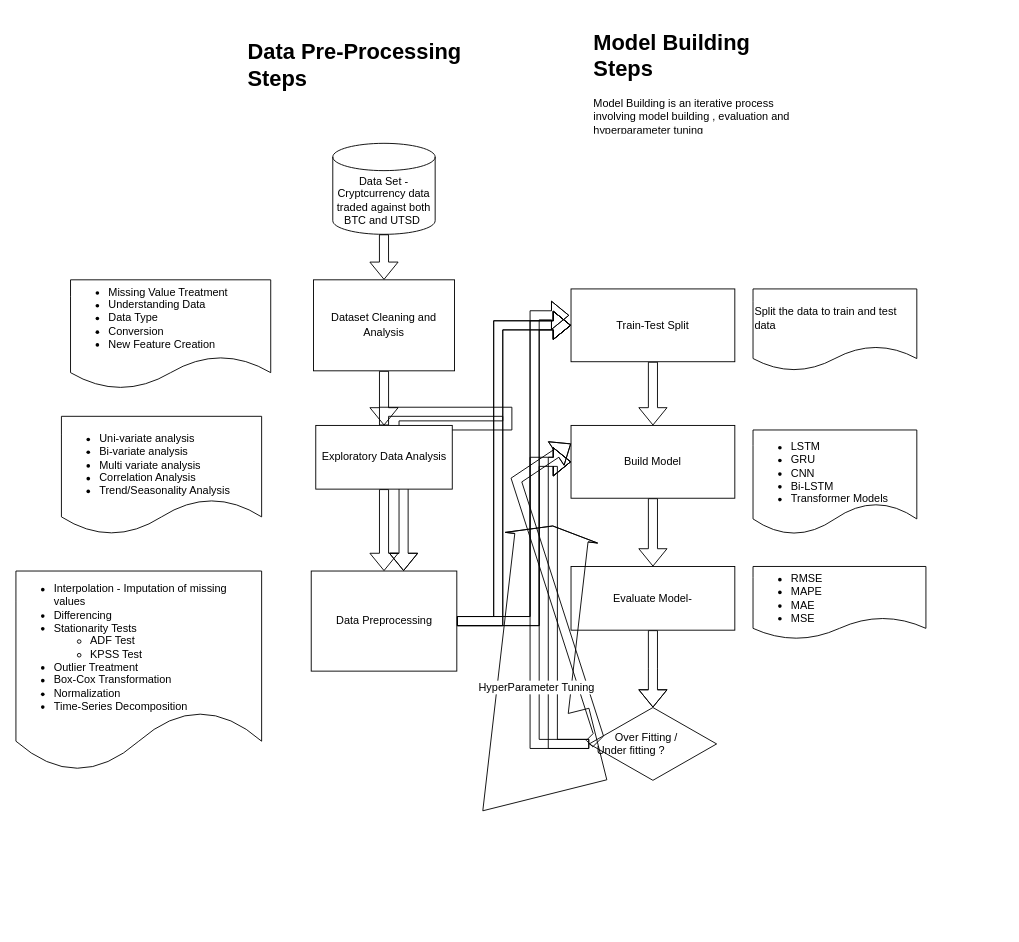
Above: Untitled Diagram.drawio in ranitha84/ranitha84 (draw.io), before the change. Source tidied: cells renumbered, new cells numbered last; positions are measured from the earlier drawing's top-left corner, leaving out a move shared by most shapes. Both pictures are drawn from the tidied source at 91%, with x=0, y=0 at pixel (15, 25).
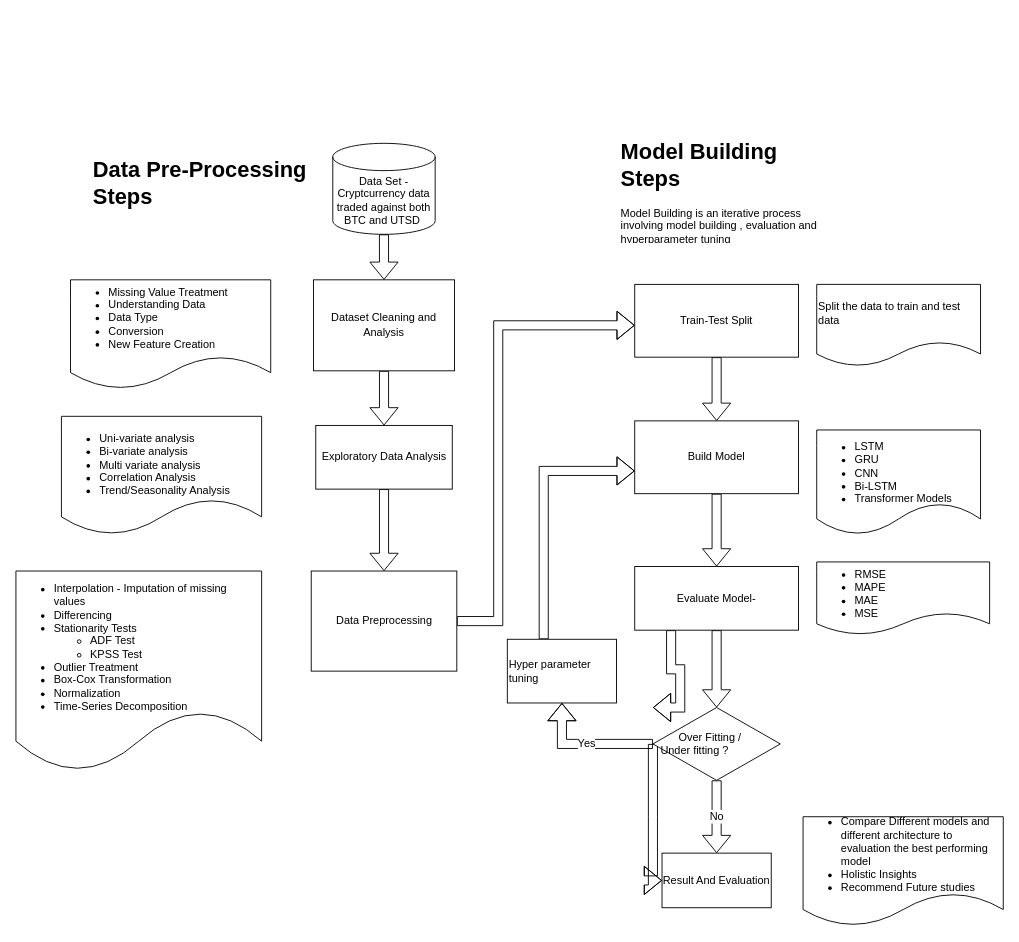
After the change.

The change refers to these unchanged cells:
```xml
<mxCell id="9" value="Exploratory Data Analysis" style="whiteSpace=wrap;html=1;rounded=0;" parent="1" vertex="1">
  <mxGeometry x="329.5" y="440" width="150" height="70" as="geometry" />
</mxCell>
<mxCell id="14" value="Data Preprocessing" style="whiteSpace=wrap;html=1;rounded=0;" parent="1" vertex="1">
  <mxGeometry x="324.5" y="600" width="160" height="110" as="geometry" />
</mxCell>
```

Change to the diagram source:
```diff
@@
-    <mxCell id="7" style="edgeStyle=orthogonalEdgeStyle;shape=flexArrow;rounded=0;jettySize=auto;html=1;fontSize=12;" parent="1" edge="1" source="9" target="14">
-      <mxGeometry relative="1" as="geometry">
-        <Array as="points">
-          <mxPoint x="540" y="425" />
-          <mxPoint x="540" y="440" />
-          <mxPoint x="426" y="440" />
-        </Array>
-      </mxGeometry>
-    </mxCell>
@@
-    <mxCell id="11" style="edgeStyle=orthogonalEdgeStyle;shape=flexArrow;rounded=0;jettySize=auto;html=1;fontSize=12;" parent="1" edge="1" source="14" target="17">
-      <mxGeometry relative="1" as="geometry">
-        <Array as="points">
-          <mxPoint x="570" y="655" />
-          <mxPoint x="570" y="330" />
-        </Array>
-      </mxGeometry>
-    </mxCell>
-    <mxCell id="12" style="edgeStyle=orthogonalEdgeStyle;shape=flexArrow;rounded=0;jettySize=auto;html=1;fontSize=12;entryX=-0.011;entryY=0.363;entryDx=0;entryDy=0;entryPerimeter=0;" parent="1" edge="1" source="14" target="17">
-      <mxGeometry relative="1" as="geometry">
-        <Array as="points">
-          <mxPoint x="570" y="655" />
-          <mxPoint x="570" y="319" />
-        </Array>
-      </mxGeometry>
-    </mxCell>
@@
     <mxCell id="17" value="Train-Test Split" style="whiteSpace=wrap;html=1;rounded=0;" parent="1" vertex="1">
-      <mxGeometry x="610" y="290" width="180" height="80" as="geometry" />
+      <mxGeometry x="680" y="285" width="180" height="80" as="geometry" />
     </mxCell>
@@
     <mxCell id="19" value="Build Model" style="whiteSpace=wrap;html=1;rounded=0;" parent="1" vertex="1">
-      <mxGeometry x="610" y="440" width="180" height="80" as="geometry" />
+      <mxGeometry x="680" y="435" width="180" height="80" as="geometry" />
     </mxCell>
     <mxCell id="20" value="&lt;div&gt;&lt;br&gt;&lt;/div&gt;&lt;ul&gt;&lt;li&gt;LSTM&lt;/li&gt;&lt;li&gt;GRU&lt;/li&gt;&lt;li&gt;CNN&lt;/li&gt;&lt;li&gt;Bi-LSTM&lt;/li&gt;&lt;li&gt;Transformer Models&lt;/li&gt;&lt;/ul&gt;&lt;blockquote style=&quot;margin: 0 0 0 40px ; border: none ; padding: 0px&quot;&gt;&lt;/blockquote&gt;" style="shape=document;whiteSpace=wrap;html=1;boundedLbl=1;fontSize=12;align=left;" parent="1" vertex="1">
-      <mxGeometry x="810" y="445" width="180" height="115" as="geometry" />
+      <mxGeometry x="880" y="445" width="180" height="115" as="geometry" />
     </mxCell>
     <mxCell id="21" style="edgeStyle=orthogonalEdgeStyle;shape=flexArrow;rounded=0;jettySize=auto;html=1;fontSize=12;" parent="1" edge="1" source="28">
       <mxGeometry relative="1" as="geometry">
         <mxPoint x="700" y="750" as="targetPoint" />
+        <Array as="points">
+          <mxPoint x="720" y="708" />
+          <mxPoint x="730" y="708" />
+          <mxPoint x="730" y="750" />
+        </Array>
       </mxGeometry>
     </mxCell>
     <mxCell id="22" value="Split the data to train and test data&amp;nbsp;" style="shape=document;whiteSpace=wrap;html=1;boundedLbl=1;fontSize=12;align=left;" parent="1" vertex="1">
-      <mxGeometry x="810" y="290" width="180" height="90" as="geometry" />
+      <mxGeometry x="880" y="285" width="180" height="90" as="geometry" />
     </mxCell>
     <mxCell id="23" value="&lt;h1&gt;Data Pre-Processing Steps&lt;/h1&gt;" style="text;html=1;strokeColor=none;fillColor=none;spacing=5;spacingTop=-20;whiteSpace=wrap;overflow=hidden;rounded=0;fontSize=12;align=left;" parent="1" vertex="1">
-      <mxGeometry x="250" y="10" width="250" height="100" as="geometry" />
+      <mxGeometry x="79.5" y="140" width="250" height="100" as="geometry" />
     </mxCell>
     <mxCell id="24" value="&lt;h1&gt;Model Building Steps&lt;/h1&gt;&lt;div&gt;Model Building is an iterative process involving model building , evaluation and hyperparameter tuning&lt;/div&gt;" style="text;html=1;strokeColor=none;fillColor=none;spacing=5;spacingTop=-20;whiteSpace=wrap;overflow=hidden;rounded=0;fontSize=12;align=left;" parent="1" vertex="1">
-      <mxGeometry x="630" width="240" height="120" as="geometry" />
+      <mxGeometry x="660" y="120" width="240" height="120" as="geometry" />
     </mxCell>
     <mxCell id="25" value="&lt;div&gt;&lt;br&gt;&lt;/div&gt;&lt;ul&gt;&lt;li&gt;RMSE&lt;/li&gt;&lt;li&gt;MAPE&lt;/li&gt;&lt;li&gt;MAE&lt;/li&gt;&lt;li&gt;MSE&lt;/li&gt;&lt;/ul&gt;" style="shape=document;whiteSpace=wrap;html=1;boundedLbl=1;fontSize=12;align=left;" parent="1" vertex="1">
-      <mxGeometry x="810" y="595" width="190" height="80" as="geometry" />
+      <mxGeometry x="880" y="590" width="190" height="80" as="geometry" />
     </mxCell>
-    <mxCell id="26" style="edgeStyle=orthogonalEdgeStyle;shape=flexArrow;rounded=0;jettySize=auto;html=1;entryX=0;entryY=0.5;entryDx=0;entryDy=0;fontSize=12;" parent="1" edge="1" source="27" target="19">
-      <mxGeometry relative="1" as="geometry">
-        <Array as="points">
-          <mxPoint x="590" y="790" />
-          <mxPoint x="590" y="480" />
-        </Array>
-      </mxGeometry>
-    </mxCell>
+    <mxCell id="34" style="edgeStyle=orthogonalEdgeStyle;shape=flexArrow;rounded=0;jettySize=auto;html=1;fontSize=12;" parent="1" edge="1" source="27" target="37">
+      <mxGeometry relative="1" as="geometry">
+        <Array as="points">
+          <mxPoint x="700" y="870" />
+          <mxPoint x="700" y="870" />
+        </Array>
+      </mxGeometry>
+    </mxCell>
+    <mxCell id="35" value="Yes" style="edgeStyle=orthogonalEdgeStyle;shape=flexArrow;rounded=0;jettySize=auto;html=1;fontSize=12;strokeColor=#000000;fillColor=none;entryX=0.5;entryY=1;entryDx=0;entryDy=0;" parent="1" edge="1" source="27" target="41">
+      <mxGeometry relative="1" as="geometry" />
+    </mxCell>
     <mxCell id="27" value="&amp;nbsp; &amp;nbsp; &amp;nbsp; &amp;nbsp; Over Fitting /&amp;nbsp; &amp;nbsp; &amp;nbsp; &amp;nbsp; &amp;nbsp; &amp;nbsp;&lt;span style=&quot;white-space: pre&quot;&gt; &lt;/span&gt;Under fitting ?" style="rhombus;whiteSpace=wrap;html=1;fontSize=12;align=left;" parent="1" vertex="1">
-      <mxGeometry x="630" y="750" width="140" height="80" as="geometry" />
+      <mxGeometry x="700" y="750" width="140" height="80" as="geometry" />
     </mxCell>
+    <mxCell id="36" style="edgeStyle=orthogonalEdgeStyle;shape=flexArrow;rounded=0;jettySize=auto;html=1;fontSize=12;strokeColor=#000000;fillColor=none;" parent="1" edge="1" source="28" target="27">
+      <mxGeometry relative="1" as="geometry" />
+    </mxCell>
     <mxCell id="28" value="Evaluate Model-" style="whiteSpace=wrap;html=1;rounded=0;" parent="1" vertex="1">
-      <mxGeometry x="610" y="595" width="180" height="70" as="geometry" />
+      <mxGeometry x="680" y="595" width="180" height="70" as="geometry" />
     </mxCell>
-    <mxCell id="29" style="endArrow=classic;html=1;rounded=0;fontSize=12;shape=flexArrow;exitX=0;exitY=0.5;exitDx=0;exitDy=0;entryX=0;entryY=0.25;entryDx=0;entryDy=0;" parent="1" edge="1" source="27" target="19">
-      <mxGeometry relative="1" as="geometry">
-        <Array as="points">
-          <mxPoint x="640" y="780" />
-          <mxPoint x="550" y="500" />
-        </Array>
-      </mxGeometry>
-    </mxCell>
-    <mxCell id="30" style="shape=flexArrow;endArrow=classic;html=1;rounded=0;fontSize=12;width=81;endSize=3.99;" parent="1" edge="1">
-      <mxGeometry relative="1" as="geometry">
-        <mxPoint x="640" y="790" as="sourcePoint" />
-        <mxPoint x="590" y="550" as="targetPoint" />
-        <Array as="points">
-          <mxPoint x="560" y="810" />
-        </Array>
-      </mxGeometry>
-    </mxCell>
-    <mxCell id="31" style="endArrow=classic;html=1;rounded=0;fontSize=12;shape=flexArrow;" parent="1" edge="1">
-      <mxGeometry relative="1" as="geometry">
-        <mxPoint x="630" y="790" as="sourcePoint" />
-        <mxPoint x="610" y="480" as="targetPoint" />
-        <Array as="points">
-          <mxPoint x="570" y="790" />
-          <mxPoint x="570" y="480" />
-        </Array>
-      </mxGeometry>
-    </mxCell>
-    <mxCell id="32" value="HyperParameter Tuning" style="edgeLabel;html=1;align=center;verticalAlign=middle;fontSize=12;" parent="31" vertex="1">
-      <mxGeometry x="-0.4" y="-1" relative="1" as="geometry" />
-    </mxCell>
-    <mxCell id="33" style="endArrow=classic;html=1;rounded=0;fontSize=12;entryX=0;entryY=0.5;entryDx=0;entryDy=0;shape=flexArrow;" parent="1" edge="1" source="14" target="17">
-      <mxGeometry relative="1" as="geometry">
-        <Array as="points">
-          <mxPoint x="530" y="655" />
-          <mxPoint x="530" y="330" />
-        </Array>
-      </mxGeometry>
-    </mxCell>
+    <mxCell id="37" value="Result And Evaluation" style="whiteSpace=wrap;html=1;align=center;" parent="1" vertex="1">
+      <mxGeometry x="710" y="910" width="120" height="60" as="geometry" />
+    </mxCell>
+    <mxCell id="38" value="&lt;div&gt;&lt;span&gt;&lt;br&gt;&lt;/span&gt;&lt;/div&gt;&lt;div&gt;&lt;ul&gt;&lt;li&gt;&lt;span&gt;Compare Different models and different architecture to evaluation the best performing model&lt;/span&gt;&lt;/li&gt;&lt;li&gt;&lt;span&gt;Holistic Insights&lt;/span&gt;&lt;/li&gt;&lt;li&gt;Recommend Future studies&lt;/li&gt;&lt;/ul&gt;&lt;/div&gt;&lt;div&gt;&lt;span&gt;&lt;br&gt;&lt;/span&gt;&lt;/div&gt;" style="shape=document;whiteSpace=wrap;html=1;boundedLbl=1;fontSize=12;align=left;" parent="1" vertex="1">
+      <mxGeometry x="865" y="870" width="220" height="120" as="geometry" />
+    </mxCell>
+    <mxCell id="39" value="No" style="endArrow=classic;html=1;rounded=0;fontSize=12;entryX=0.5;entryY=0;entryDx=0;entryDy=0;shape=flexArrow;fillColor=default;" parent="1" edge="1" source="27" target="37">
+      <mxGeometry relative="1" as="geometry" />
+    </mxCell>
+    <mxCell id="40" style="edgeStyle=orthogonalEdgeStyle;shape=flexArrow;rounded=0;jettySize=auto;html=1;fontSize=12;strokeColor=#000000;fillColor=none;" parent="1" edge="1" source="41" target="19">
+      <mxGeometry relative="1" as="geometry">
+        <Array as="points">
+          <mxPoint x="580" y="490" />
+        </Array>
+      </mxGeometry>
+    </mxCell>
+    <mxCell id="41" value="Hyper parameter tuning" style="rounded=0;whiteSpace=wrap;html=1;fontSize=12;align=left;" parent="1" vertex="1">
+      <mxGeometry x="540" y="675" width="120" height="70" as="geometry" />
+    </mxCell>
```
